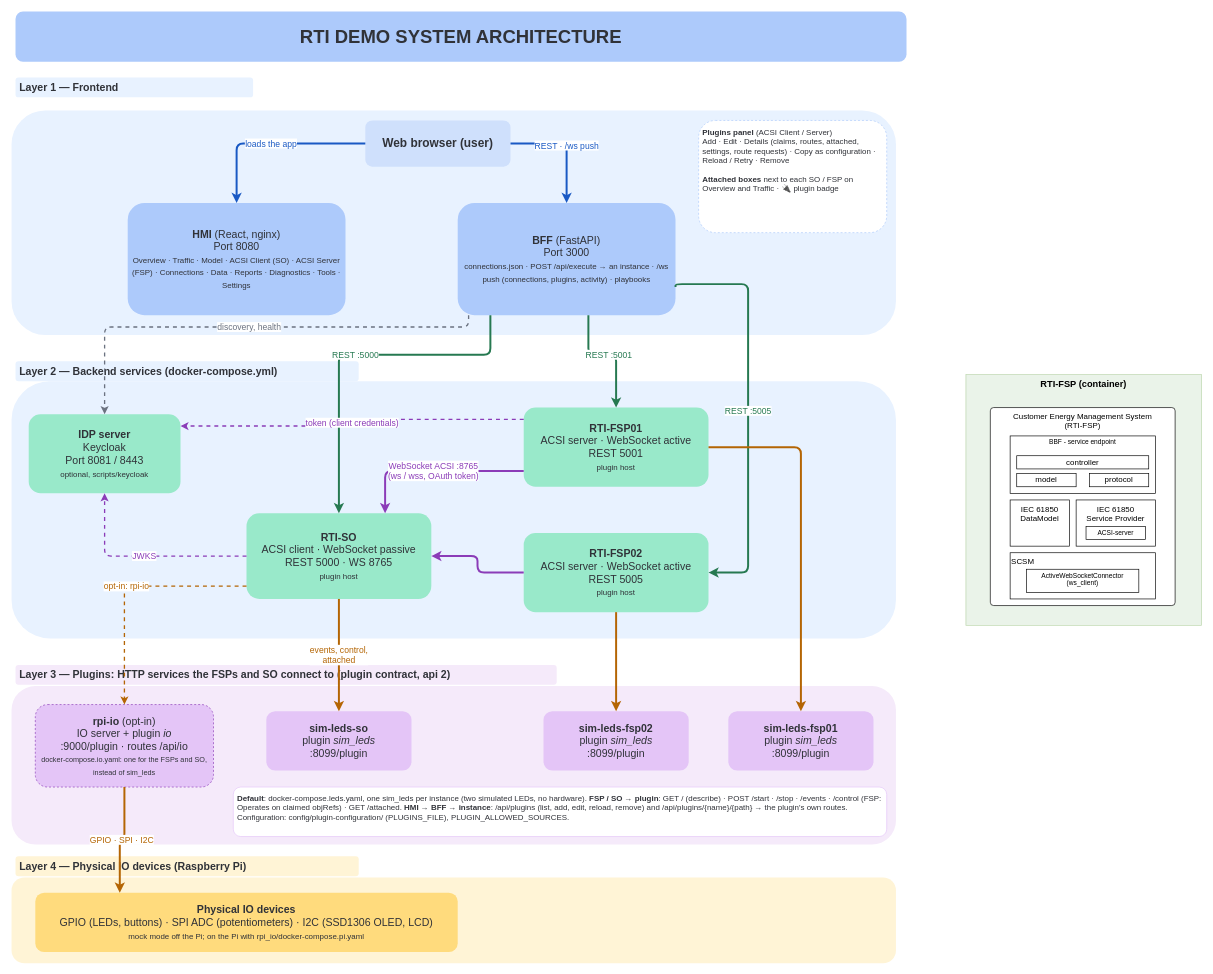
Netbeheer-Nederland/iec61850-websocket keeps this draw.io diagram as page "01 RTI Demo System Architecture" (2 of 11) of docs/rti-demo/design/RTI-demo-system-architecture.drawio. Above is the earlier version. Source tidied: cells renumbered, new cells numbered last; positions are measured from the earlier drawing's top-left corner, leaving out a move shared by most shapes. Both pictures are drawn from the tidied source at 66%, with x=0, y=0 at pixel (11, 11).
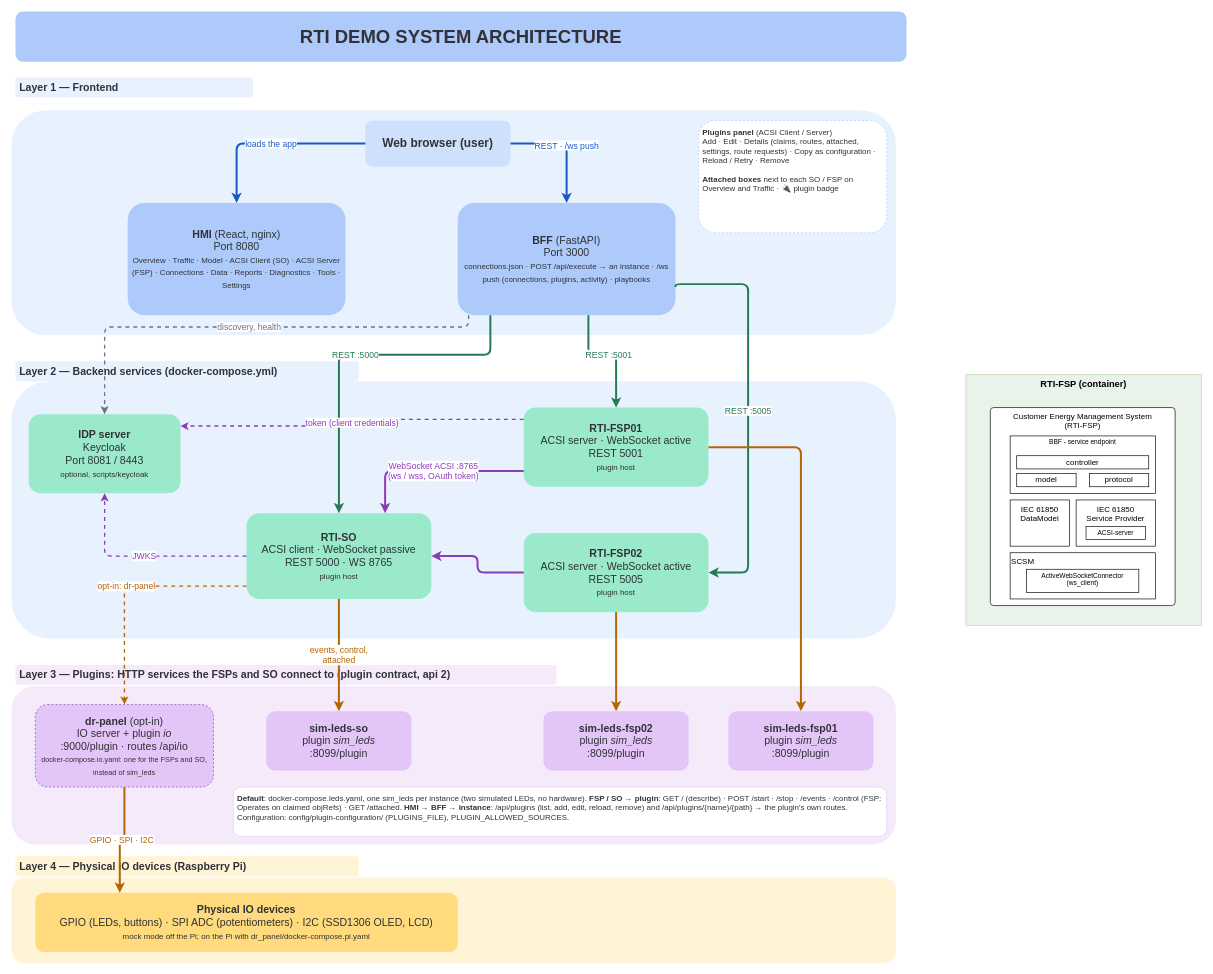
After the change.

The change refers to these unchanged cells:
```xml
<mxCell id="16" value="&lt;b&gt;RTI-SO&lt;/b&gt;&lt;br&gt;ACSI client · WebSocket passive&lt;br&gt;REST 5000 · WS 8765&lt;br&gt;&lt;font style=&quot;font-size:12px&quot;&gt;plugin host&lt;/font&gt;" style="rounded=1;whiteSpace=wrap;html=1;fillColor=#99e9ca;strokeColor=none;fontColor=#303238;fontSize=16;fontStyle=0;align=center;verticalAlign=middle;spacing=6;opacity=100;" parent="1" vertex="1">
  <mxGeometry x="356" y="760" width="280" height="130" as="geometry" />
</mxCell>
```

Diff of the diagram source:
```diff
@@
-    <mxCell id="19" value="&lt;b&gt;rpi-io&lt;/b&gt; (opt-in)&lt;br&gt;IO server + plugin &lt;i&gt;io&lt;/i&gt;&lt;br&gt;:9000/plugin · routes /api/io&lt;br&gt;&lt;font style=&quot;font-size:11px&quot;&gt;docker-compose.io.yaml: one for the FSPs and SO, instead of sim_leds&lt;/font&gt;" style="rounded=1;whiteSpace=wrap;html=1;fillColor=#e4c5f7;strokeColor=#8b3cb8;fontColor=#303238;fontSize=16;fontStyle=0;align=center;verticalAlign=middle;spacing=6;opacity=100;dashed=1;" parent="1" vertex="1">
+    <mxCell id="19" value="&lt;b&gt;dr-panel&lt;/b&gt; (opt-in)&lt;br&gt;IO server + plugin &lt;i&gt;io&lt;/i&gt;&lt;br&gt;:9000/plugin · routes /api/io&lt;br&gt;&lt;font style=&quot;font-size:11px&quot;&gt;docker-compose.io.yaml: one for the FSPs and SO, instead of sim_leds&lt;/font&gt;" style="rounded=1;whiteSpace=wrap;html=1;fillColor=#e4c5f7;strokeColor=#8b3cb8;fontColor=#303238;fontSize=16;fontStyle=0;align=center;verticalAlign=middle;spacing=6;opacity=100;dashed=1;" parent="1" vertex="1">
       <mxGeometry x="36" y="1050" width="270" height="125" as="geometry" />
     </mxCell>
@@
-    <mxCell id="24" value="&lt;b&gt;Physical IO devices&lt;/b&gt;&lt;br&gt;GPIO (LEDs, buttons) · SPI ADC (potentiometers) · I2C (SSD1306 OLED, LCD)&lt;br&gt;&lt;font style=&quot;font-size:12px&quot;&gt;mock mode off the Pi; on the Pi with rpi_io/docker-compose.pi.yaml&lt;/font&gt;" style="rounded=1;whiteSpace=wrap;html=1;fillColor=#ffdb7d;strokeColor=none;fontColor=#303238;fontSize=16;fontStyle=0;align=center;verticalAlign=middle;spacing=6;opacity=100;" parent="1" vertex="1">
+    <mxCell id="24" value="&lt;b&gt;Physical IO devices&lt;/b&gt;&lt;br&gt;GPIO (LEDs, buttons) · SPI ADC (potentiometers) · I2C (SSD1306 OLED, LCD)&lt;br&gt;&lt;font style=&quot;font-size:12px&quot;&gt;mock mode off the Pi; on the Pi with dr_panel/docker-compose.pi.yaml&lt;/font&gt;" style="rounded=1;whiteSpace=wrap;html=1;fillColor=#ffdb7d;strokeColor=none;fontColor=#303238;fontSize=16;fontStyle=0;align=center;verticalAlign=middle;spacing=6;opacity=100;" parent="1" vertex="1">
       <mxGeometry x="36" y="1335" width="640" height="90" as="geometry" />
     </mxCell>
@@
-    <mxCell id="38" value="opt-in: rpi-io" style="edgeStyle=orthogonalEdgeStyle;rounded=1;jettySize=auto;html=1;strokeWidth=2;strokeColor=#b46504;endArrow=classic;endFill=1;fontSize=13;fontColor=#b46504;labelBackgroundColor=#ffffff;dashed=1;exitX=0;exitY=0.85;exitDx=0;exitDy=0;entryX=0.5;entryY=0;entryDx=0;entryDy=0;" parent="1" edge="1" source="16" target="19">
+    <mxCell id="38" value="opt-in: dr-panel" style="edgeStyle=orthogonalEdgeStyle;rounded=1;jettySize=auto;html=1;strokeWidth=2;strokeColor=#b46504;endArrow=classic;endFill=1;fontSize=13;fontColor=#b46504;labelBackgroundColor=#ffffff;dashed=1;exitX=0;exitY=0.85;exitDx=0;exitDy=0;entryX=0.5;entryY=0;entryDx=0;entryDy=0;" parent="1" edge="1" source="16" target="19">
       <mxGeometry relative="1" as="geometry">
         <Array as="points">
           <mxPoint x="171" y="870" />
         </Array>
       </mxGeometry>
     </mxCell>
```
